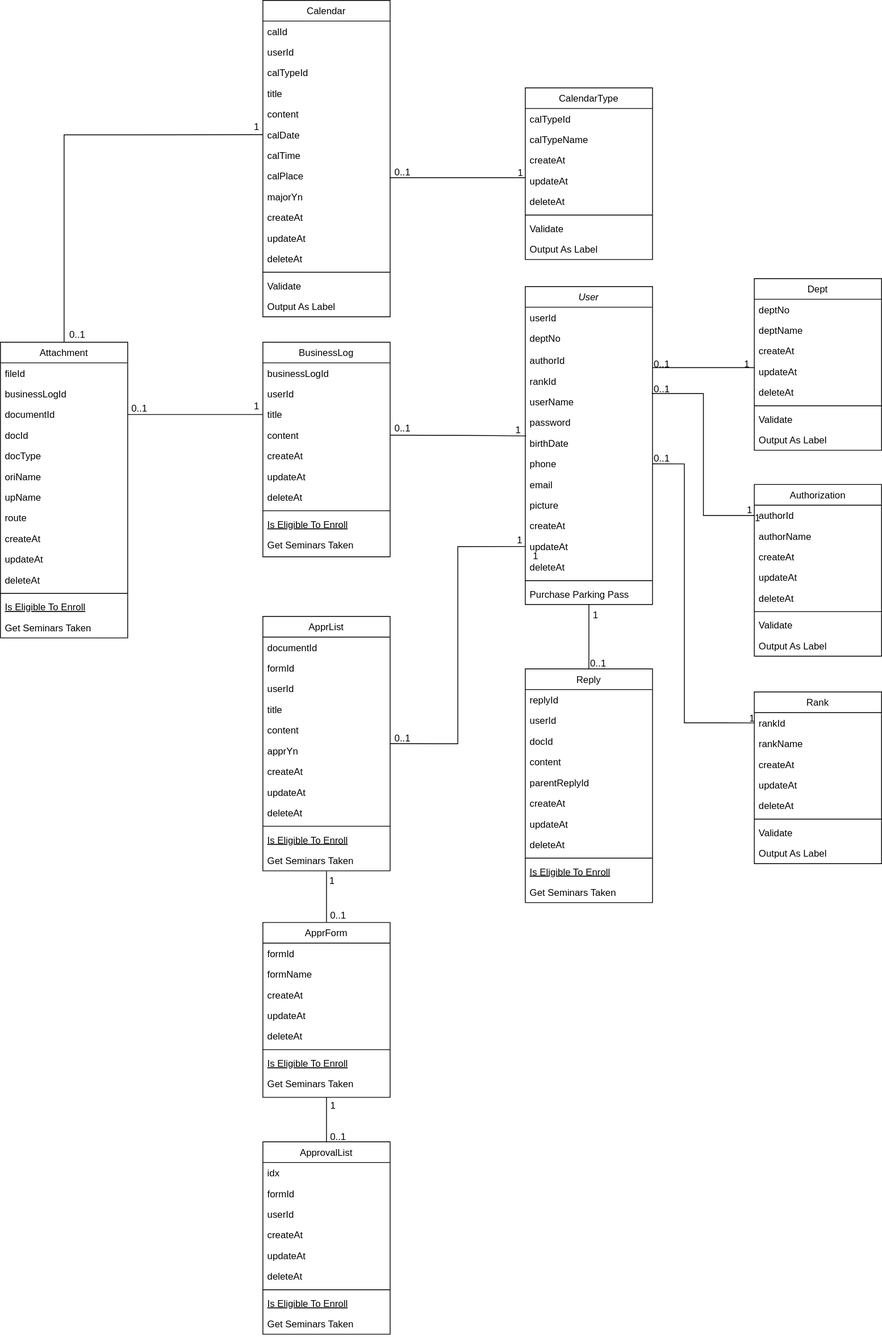
Earlier version of the draw.io export files/class-diagram.svg (pjiyun123/mmp-groupware-project). Source tidied: cells renumbered, new cells last; positions are measured from the earlier drawing's top-left corner, leaving out a move shared by most shapes.
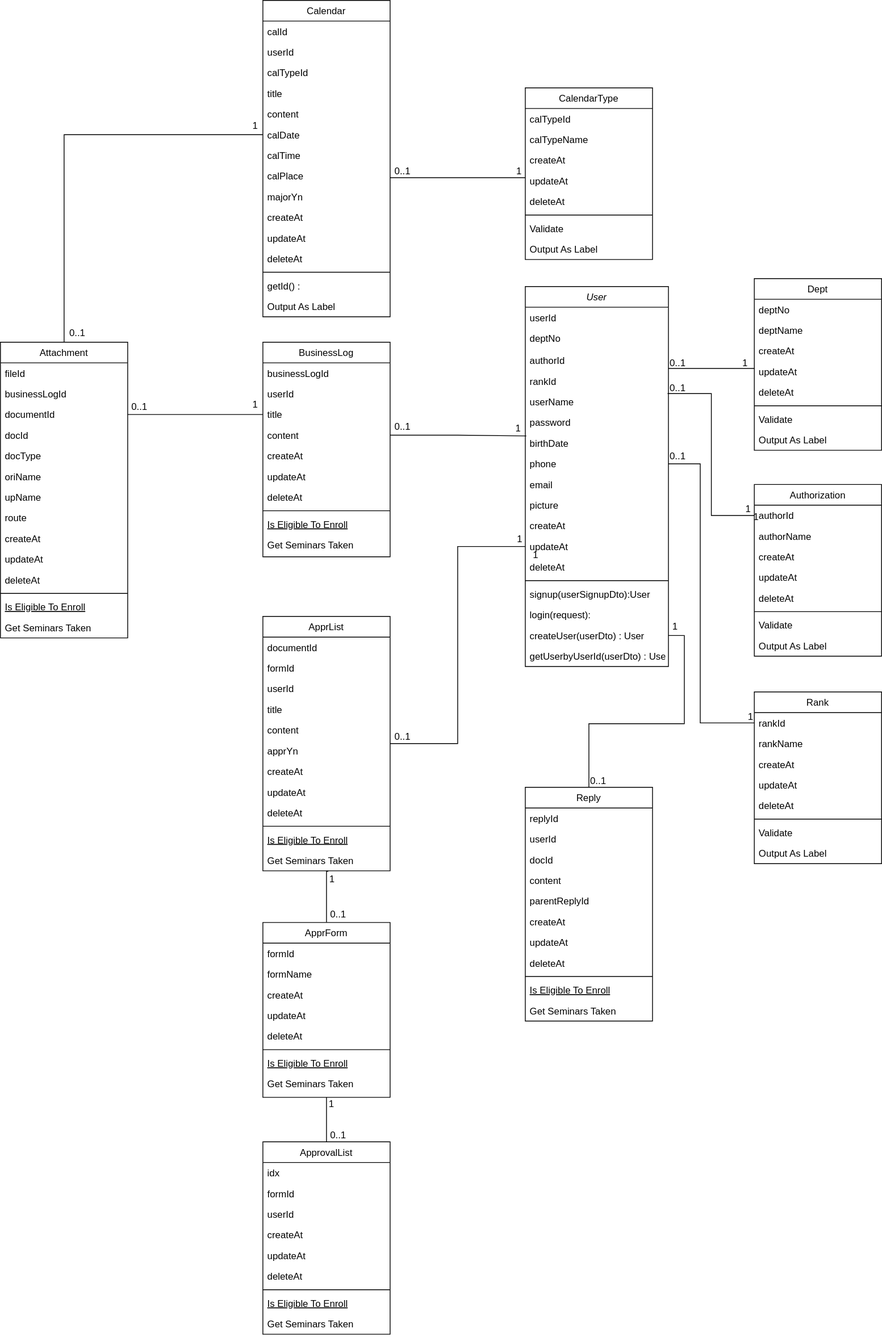
Later version of the same file.

What changed in the source:
```diff
@@ -3,63 +3,73 @@
     <mxCell id="0" />
     <mxCell id="1" parent="0" />
     <mxCell id="2" value="User" style="swimlane;fontStyle=2;align=center;verticalAlign=top;horizontal=1;startSize=26;rounded=0;shadow=0;strokeWidth=1;" parent="1" vertex="1">
-      <mxGeometry x="660" y="360" width="160" height="400" as="geometry" />
+      <mxGeometry x="660" y="360" width="180" height="478" as="geometry" />
     </mxCell>
     <mxCell id="3" value="userId" style="text;align=left;verticalAlign=top;spacingLeft=4;spacingRight=4;overflow=hidden;" parent="2" vertex="1">
-      <mxGeometry y="26" width="160" height="26" as="geometry" />
+      <mxGeometry y="26" width="180" height="26" as="geometry" />
     </mxCell>
     <mxCell id="4" value="deptNo" style="text;align=left;verticalAlign=top;spacingLeft=4;spacingRight=4;overflow=hidden;rounded=0;shadow=0;html=0;" parent="2" vertex="1">
-      <mxGeometry y="52" width="160" height="28" as="geometry" />
+      <mxGeometry y="52" width="180" height="28" as="geometry" />
     </mxCell>
     <mxCell id="5" value="authorId" style="text;align=left;verticalAlign=top;spacingLeft=4;spacingRight=4;overflow=hidden;rounded=0;shadow=0;html=0;" parent="2" vertex="1">
-      <mxGeometry y="80" width="160" height="26" as="geometry" />
+      <mxGeometry y="80" width="180" height="26" as="geometry" />
     </mxCell>
     <mxCell id="6" value="rankId" style="text;align=left;verticalAlign=top;spacingLeft=4;spacingRight=4;overflow=hidden;points=[[0,0.5],[1,0.5]];portConstraint=eastwest;rounded=0;shadow=0;html=0;" parent="2" vertex="1">
-      <mxGeometry y="106" width="160" height="26" as="geometry" />
+      <mxGeometry y="106" width="180" height="26" as="geometry" />
     </mxCell>
     <mxCell id="7" value="userName" style="text;align=left;verticalAlign=top;spacingLeft=4;spacingRight=4;overflow=hidden;rounded=0;shadow=0;html=0;" parent="2" vertex="1">
-      <mxGeometry y="132" width="160" height="26" as="geometry" />
+      <mxGeometry y="132" width="180" height="26" as="geometry" />
     </mxCell>
     <mxCell id="8" value="password" style="text;align=left;verticalAlign=top;spacingLeft=4;spacingRight=4;overflow=hidden;rounded=0;shadow=0;html=0;" parent="2" vertex="1">
-      <mxGeometry y="158" width="160" height="26" as="geometry" />
+      <mxGeometry y="158" width="180" height="26" as="geometry" />
     </mxCell>
     <mxCell id="9" value="birthDate" style="text;align=left;verticalAlign=top;spacingLeft=4;spacingRight=4;overflow=hidden;points=[[0,0.5],[1,0.5]];portConstraint=eastwest;rounded=0;shadow=0;html=0;" parent="2" vertex="1">
-      <mxGeometry y="184" width="160" height="26" as="geometry" />
+      <mxGeometry y="184" width="180" height="26" as="geometry" />
     </mxCell>
     <mxCell id="10" value="phone" style="text;align=left;verticalAlign=top;spacingLeft=4;spacingRight=4;overflow=hidden;points=[[0,0.5],[1,0.5]];portConstraint=eastwest;rounded=0;shadow=0;html=0;" parent="2" vertex="1">
-      <mxGeometry y="210" width="160" height="26" as="geometry" />
+      <mxGeometry y="210" width="180" height="26" as="geometry" />
     </mxCell>
     <mxCell id="11" value="email" style="text;align=left;verticalAlign=top;spacingLeft=4;spacingRight=4;overflow=hidden;rounded=0;shadow=0;html=0;" parent="2" vertex="1">
-      <mxGeometry y="236" width="160" height="26" as="geometry" />
+      <mxGeometry y="236" width="180" height="26" as="geometry" />
     </mxCell>
     <mxCell id="12" value="picture" style="text;align=left;verticalAlign=top;spacingLeft=4;spacingRight=4;overflow=hidden;rounded=0;shadow=0;html=0;" parent="2" vertex="1">
-      <mxGeometry y="262" width="160" height="26" as="geometry" />
+      <mxGeometry y="262" width="180" height="26" as="geometry" />
     </mxCell>
     <mxCell id="13" value="createAt" style="text;align=left;verticalAlign=top;spacingLeft=4;spacingRight=4;overflow=hidden;rounded=0;shadow=0;html=0;" parent="2" vertex="1">
-      <mxGeometry y="288" width="160" height="26" as="geometry" />
+      <mxGeometry y="288" width="180" height="26" as="geometry" />
     </mxCell>
     <mxCell id="14" value="updateAt" style="text;align=left;verticalAlign=top;spacingLeft=4;spacingRight=4;overflow=hidden;points=[[0,0.5],[1,0.5]];portConstraint=eastwest;rounded=0;shadow=0;html=0;" parent="2" vertex="1">
-      <mxGeometry y="314" width="160" height="26" as="geometry" />
+      <mxGeometry y="314" width="180" height="26" as="geometry" />
     </mxCell>
     <mxCell id="15" value="deleteAt" style="text;align=left;verticalAlign=top;spacingLeft=4;spacingRight=4;overflow=hidden;rounded=0;shadow=0;html=0;" parent="2" vertex="1">
-      <mxGeometry y="340" width="160" height="26" as="geometry" />
+      <mxGeometry y="340" width="180" height="26" as="geometry" />
     </mxCell>
     <mxCell id="16" style="line;html=1;strokeWidth=1;align=left;verticalAlign=middle;spacingTop=-1;spacingLeft=3;spacingRight=3;labelPosition=right;" parent="2" vertex="1">
-      <mxGeometry y="366" width="160" height="8" as="geometry" />
+      <mxGeometry y="366" width="180" height="8" as="geometry" />
     </mxCell>
+    <mxCell id="175" value="signup(userSignupDto):User" style="text;align=left;verticalAlign=top;spacingLeft=4;spacingRight=4;overflow=hidden;" parent="2" vertex="1">
+      <mxGeometry y="374" width="180" height="26" as="geometry" />
+    </mxCell>
-    <mxCell id="17" value="Purchase Parking Pass" style="text;align=left;verticalAlign=top;spacingLeft=4;spacingRight=4;overflow=hidden;points=[[0,0.5],[1,0.5]];portConstraint=eastwest;" parent="2" vertex="1">
-      <mxGeometry y="374" width="160" height="26" as="geometry" />
+    <mxCell id="17" value="login(request):" style="text;align=left;verticalAlign=top;spacingLeft=4;spacingRight=4;overflow=hidden;points=[[0,0.5],[1,0.5]];portConstraint=eastwest;" parent="2" vertex="1">
+      <mxGeometry y="400" width="180" height="26" as="geometry" />
     </mxCell>
-    <mxCell id="18" style="edgeStyle=orthogonalEdgeStyle;rounded=0;jettySize=auto;html=1;exitX=0.5;exitY=0;exitDx=0;exitDy=0;endArrow=none;endFill=0;" parent="1" edge="1" source="19" target="17">
-      <mxGeometry relative="1" as="geometry">
-        <Array as="points">
-          <mxPoint x="740" y="780" />
-          <mxPoint x="740" y="780" />
-        </Array>
-      </mxGeometry>
-    </mxCell>
+    <mxCell id="176" value="createUser(userDto) : User" style="text;align=left;verticalAlign=top;spacingLeft=4;spacingRight=4;overflow=hidden;points=[[0,0.5],[1,0.5]];portConstraint=eastwest;" parent="2" vertex="1">
+      <mxGeometry y="426" width="180" height="26" as="geometry" />
+    </mxCell>
+    <mxCell id="177" value="getUserbyUserId(userDto) : User" style="text;align=left;verticalAlign=top;spacingLeft=4;spacingRight=4;overflow=hidden;" parent="2" vertex="1">
+      <mxGeometry y="452" width="180" height="26" as="geometry" />
+    </mxCell>
+    <mxCell id="178" style="edgeStyle=orthogonalEdgeStyle;rounded=0;jettySize=auto;html=1;exitX=0.5;exitY=0;exitDx=0;exitDy=0;endArrow=none;endFill=0;entryX=1;entryY=0.5;entryDx=0;entryDy=0;" parent="1" edge="1" source="19" target="176">
+      <mxGeometry relative="1" as="geometry">
+        <Array as="points">
+          <mxPoint x="740" y="910" />
+          <mxPoint x="860" y="910" />
+          <mxPoint x="860" y="799" />
+        </Array>
+      </mxGeometry>
+    </mxCell>
     <mxCell id="19" value="Reply" style="swimlane;fontStyle=0;align=center;verticalAlign=top;horizontal=1;startSize=26;rounded=0;shadow=0;strokeWidth=1;" parent="1" vertex="1">
-      <mxGeometry x="660" y="841" width="160" height="294" as="geometry" />
+      <mxGeometry x="660" y="990" width="160" height="294" as="geometry" />
     </mxCell>
     <mxCell id="20" value="replyId" style="text;align=left;verticalAlign=top;spacingLeft=4;spacingRight=4;overflow=hidden;" parent="19" vertex="1">
       <mxGeometry y="26" width="160" height="26" as="geometry" />
@@ -164,7 +174,7 @@
       <mxGeometry y="190" width="160" height="26" as="geometry" />
     </mxCell>
     <mxCell id="52" value="0..1" style="align=left;verticalAlign=bottom;labelBackgroundColor=none;fontSize=12;" parent="1" vertex="1">
-      <mxGeometry x="820" y="496" as="geometry" />
+      <mxGeometry x="840" y="496" as="geometry" />
     </mxCell>
     <mxCell id="53" value="1" style="align=right;verticalAlign=bottom;labelBackgroundColor=none;fontSize=12;" parent="1" vertex="1">
       <mxGeometry x="900" y="561" as="geometry">
@@ -201,8 +211,8 @@
     <mxCell id="63" style="edgeStyle=orthogonalEdgeStyle;rounded=0;jettySize=auto;html=1;exitX=0;exitY=0.5;exitDx=0;exitDy=0;entryX=1;entryY=0.5;entryDx=0;entryDy=0;endArrow=none;endFill=0;" parent="1" edge="1" source="55" target="10">
       <mxGeometry relative="1" as="geometry">
         <Array as="points">
-          <mxPoint x="860" y="909" />
-          <mxPoint x="860" y="583" />
+          <mxPoint x="880" y="909" />
+          <mxPoint x="880" y="583" />
         </Array>
       </mxGeometry>
     </mxCell>
@@ -213,10 +223,10 @@
       <mxGeometry x="948" y="910" as="geometry" />
     </mxCell>
     <mxCell id="66" value="0..1" style="align=left;verticalAlign=bottom;labelBackgroundColor=none;fontSize=12;" parent="1" vertex="1">
-      <mxGeometry x="820" y="583" as="geometry" />
+      <mxGeometry x="840" y="582" as="geometry" />
     </mxCell>
     <mxCell id="67" value="0..1" style="align=left;verticalAlign=bottom;labelBackgroundColor=none;fontSize=12;" parent="1" vertex="1">
-      <mxGeometry x="740" y="841" as="geometry" />
+      <mxGeometry x="740" y="990" as="geometry" />
     </mxCell>
     <mxCell id="68" value="1" style="align=right;verticalAlign=bottom;labelBackgroundColor=none;fontSize=12;" parent="1" vertex="1">
       <mxGeometry x="910" y="571" as="geometry">
@@ -224,7 +234,7 @@
       </mxGeometry>
     </mxCell>
     <mxCell id="69" value="1" style="align=right;verticalAlign=bottom;labelBackgroundColor=none;fontSize=12;" parent="1" vertex="1">
-      <mxGeometry x="948.2" y="483.8" as="geometry">
+      <mxGeometry x="1050" y="500" as="geometry">
         <mxPoint x="-197" y="296" as="offset" />
       </mxGeometry>
     </mxCell>
@@ -297,7 +307,7 @@
     <mxCell id="92" style="line;html=1;strokeWidth=1;align=left;verticalAlign=middle;spacingTop=-1;spacingLeft=3;spacingRight=3;labelPosition=right;" parent="79" vertex="1">
       <mxGeometry y="338" width="160" height="8" as="geometry" />
     </mxCell>
-    <mxCell id="93" value="Validate" style="text;align=left;verticalAlign=top;spacingLeft=4;spacingRight=4;overflow=hidden;" parent="79" vertex="1">
+    <mxCell id="93" value="getId() : " style="text;align=left;verticalAlign=top;spacingLeft=4;spacingRight=4;overflow=hidden;" parent="79" vertex="1">
       <mxGeometry y="346" width="160" height="26" as="geometry" />
     </mxCell>
     <mxCell id="94" value="Output As Label" style="text;align=left;verticalAlign=top;spacingLeft=4;spacingRight=4;overflow=hidden;" parent="79" vertex="1">
```
